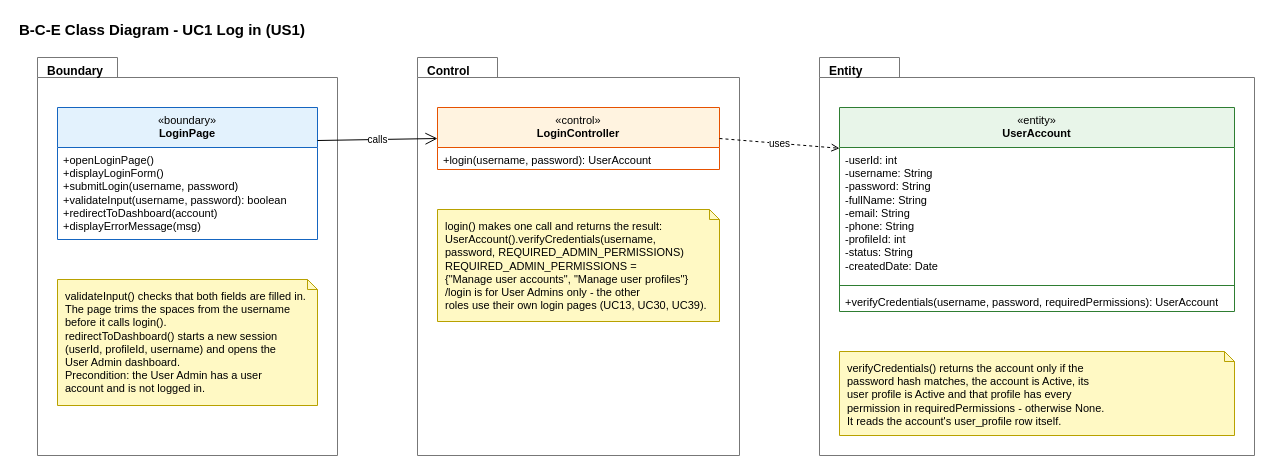
Before: page "5 BCE Class Diagram" (5 of 6) of Sprint_1/US1 - Log in/US1 Log in.drawio in Hanzxc/CSIT314-ARCHSS, a draw.io diagram. Source tidied: cells renumbered, new cells numbered last; positions are measured from the earlier drawing's top-left corner, leaving out a move shared by most shapes. Both pictures are drawn from the tidied source at 100%, with x=0, y=0 at pixel (17, 17).
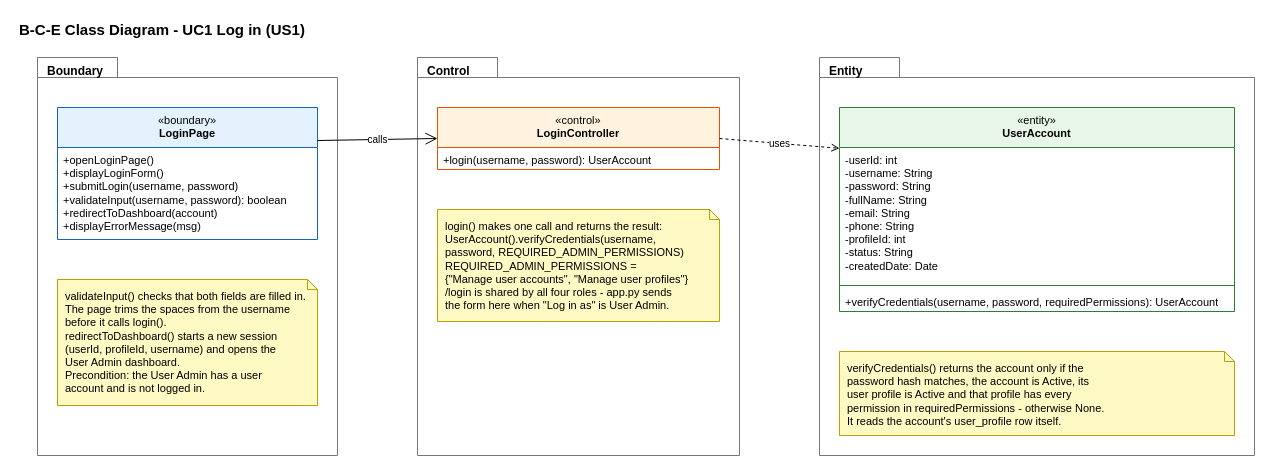
The same page after the edit.

Diff of the diagram source:
```diff
@@
 <mxGraphModel background="#FFFFFF">
   <root>
     <mxCell id="0" />
     <mxCell id="1" parent="0" />
     <mxCell id="2" value="&lt;b&gt;Boundary&lt;/b&gt;" style="shape=folder;tabWidth=80;tabHeight=20;tabPosition=left;html=1;verticalAlign=top;align=left;spacingLeft=8;spacingTop=0;fillColor=none;fontSize=12;strokeColor=#777777;fontColor=#000000;" parent="1" vertex="1">
       <mxGeometry x="20" y="40" width="300" height="398" as="geometry" />
     </mxCell>
     <mxCell id="3" value="&lt;b&gt;Control&lt;/b&gt;" style="shape=folder;tabWidth=80;tabHeight=20;tabPosition=left;html=1;verticalAlign=top;align=left;spacingLeft=8;spacingTop=0;fillColor=none;fontSize=12;strokeColor=#777777;fontColor=#000000;" parent="1" vertex="1">
       <mxGeometry x="400" y="40" width="322" height="398" as="geometry" />
     </mxCell>
     <mxCell id="4" value="&lt;b&gt;Entity&lt;/b&gt;" style="shape=folder;tabWidth=80;tabHeight=20;tabPosition=left;html=1;verticalAlign=top;align=left;spacingLeft=8;spacingTop=0;fillColor=none;fontSize=12;strokeColor=#777777;fontColor=#000000;" parent="1" vertex="1">
       <mxGeometry x="802" y="40" width="435" height="398" as="geometry" />
     </mxCell>
     <mxCell id="5" value="«boundary»&lt;br&gt;&lt;b&gt;LoginPage&lt;/b&gt;" style="swimlane;fontStyle=0;align=center;verticalAlign=top;horizontal=1;startSize=40;html=1;whiteSpace=wrap;fontSize=11;fillColor=#E3F2FD;strokeColor=#1565C0;swimlaneFillColor=#FFFFFF;fontColor=#000000;" parent="1" vertex="1">
       <mxGeometry x="40" y="90" width="260" height="132" as="geometry" />
     </mxCell>
     <mxCell id="6" value="+openLoginPage()&lt;br&gt;+displayLoginForm()&lt;br&gt;+submitLogin(username, password)&lt;br&gt;+validateInput(username, password): boolean&lt;br&gt;+redirectToDashboard(account)&lt;br&gt;+displayErrorMessage(msg)" style="text;strokeColor=none;fillColor=none;align=left;verticalAlign=top;spacingLeft=4;spacingRight=4;overflow=hidden;whiteSpace=nowrap;html=1;fontSize=11;fontColor=#000000;" parent="5" vertex="1">
       <mxGeometry y="40" width="260" height="92" as="geometry" />
     </mxCell>
     <mxCell id="7" value="«control»&lt;br&gt;&lt;b&gt;LoginController&lt;/b&gt;" style="swimlane;fontStyle=0;align=center;verticalAlign=top;horizontal=1;startSize=40;html=1;whiteSpace=wrap;fontSize=11;fillColor=#FFF3E0;strokeColor=#E65100;swimlaneFillColor=#FFFFFF;fontColor=#000000;" parent="1" vertex="1">
       <mxGeometry x="420" y="90" width="282" height="62" as="geometry" />
     </mxCell>
     <mxCell id="8" value="+login(username, password): UserAccount" style="text;strokeColor=none;fillColor=none;align=left;verticalAlign=top;spacingLeft=4;spacingRight=4;overflow=hidden;whiteSpace=nowrap;html=1;fontSize=11;fontColor=#000000;" parent="7" vertex="1">
       <mxGeometry y="40" width="282" height="22" as="geometry" />
     </mxCell>
     <mxCell id="9" value="«entity»&lt;br&gt;&lt;b&gt;UserAccount&lt;/b&gt;" style="swimlane;fontStyle=0;align=center;verticalAlign=top;horizontal=1;startSize=40;html=1;whiteSpace=wrap;fontSize=11;fillColor=#E8F5E9;strokeColor=#2E7D32;swimlaneFillColor=#FFFFFF;fontColor=#000000;" parent="1" vertex="1">
       <mxGeometry x="822" y="90" width="395" height="204" as="geometry" />
     </mxCell>
     <mxCell id="10" value="-userId: int&lt;br&gt;-username: String&lt;br&gt;-password: String&lt;br&gt;-fullName: String&lt;br&gt;-email: String&lt;br&gt;-phone: String&lt;br&gt;-profileId: int&lt;br&gt;-status: String&lt;br&gt;-createdDate: Date" style="text;strokeColor=none;fillColor=none;align=left;verticalAlign=top;spacingLeft=4;spacingRight=4;overflow=hidden;whiteSpace=nowrap;html=1;fontSize=11;fontColor=#000000;" parent="9" vertex="1">
       <mxGeometry y="40" width="395" height="134" as="geometry" />
     </mxCell>
     <mxCell id="11" style="line;strokeWidth=1;fillColor=none;align=left;verticalAlign=middle;spacingTop=-1;spacingLeft=3;spacingRight=3;labelPosition=right;strokeColor=#2E7D32;fontColor=#000000;" parent="9" vertex="1">
       <mxGeometry y="174" width="395" height="8" as="geometry" />
     </mxCell>
     <mxCell id="12" value="+verifyCredentials(username, password, requiredPermissions): UserAccount" style="text;strokeColor=none;fillColor=none;align=left;verticalAlign=top;spacingLeft=4;spacingRight=4;overflow=hidden;whiteSpace=nowrap;html=1;fontSize=11;fontColor=#000000;" parent="9" vertex="1">
       <mxGeometry y="182" width="395" height="22" as="geometry" />
     </mxCell>
     <mxCell id="13" value="validateInput() checks that both fields are filled in.&lt;br&gt;The page trims the spaces from the username&lt;br&gt;before it calls login().&lt;br&gt;redirectToDashboard() starts a new session&lt;br&gt;(userId, profileId, username) and opens the&lt;br&gt;User Admin dashboard.&lt;br&gt;Precondition: the User Admin has a user&lt;br&gt;account and is not logged in." style="shape=note;whiteSpace=wrap;html=1;size=10;fillColor=#FFF9C4;strokeColor=#B8A100;align=left;verticalAlign=top;spacingLeft=6;spacingRight=4;spacingTop=4;fontSize=11;fontColor=#000000;" parent="1" vertex="1">
       <mxGeometry x="40" y="262" width="260" height="126" as="geometry" />
     </mxCell>
-    <mxCell id="14" value="login() makes one call and returns the result:&lt;br&gt;UserAccount().verifyCredentials(username,&lt;br&gt;password, REQUIRED_ADMIN_PERMISSIONS)&lt;br&gt;REQUIRED_ADMIN_PERMISSIONS =&lt;br&gt;{&amp;quot;Manage user accounts&amp;quot;, &amp;quot;Manage user profiles&amp;quot;}&lt;br&gt;/login is for User Admins only - the other&lt;br&gt;roles use their own login pages (UC13, UC30, UC39)." style="shape=note;whiteSpace=wrap;html=1;size=10;fillColor=#FFF9C4;strokeColor=#B8A100;align=left;verticalAlign=top;spacingLeft=6;spacingRight=4;spacingTop=4;fontSize=11;fontColor=#000000;" parent="1" vertex="1">
+    <mxCell id="14" value="login() makes one call and returns the result:&lt;br&gt;UserAccount().verifyCredentials(username,&lt;br&gt;password, REQUIRED_ADMIN_PERMISSIONS)&lt;br&gt;REQUIRED_ADMIN_PERMISSIONS =&lt;br&gt;{&amp;quot;Manage user accounts&amp;quot;, &amp;quot;Manage user profiles&amp;quot;}&lt;br&gt;/login is shared by all four roles - app.py sends&lt;br&gt;the form here when &quot;Log in as&quot; is User Admin." style="shape=note;whiteSpace=wrap;html=1;size=10;fillColor=#FFF9C4;strokeColor=#B8A100;align=left;verticalAlign=top;spacingLeft=6;spacingRight=4;spacingTop=4;fontSize=11;fontColor=#000000;" parent="1" vertex="1">
       <mxGeometry x="420" y="192" width="282" height="112" as="geometry" />
     </mxCell>
     <mxCell id="15" value="verifyCredentials() returns the account only if the&lt;br&gt;password hash matches, the account is Active, its&lt;br&gt;user profile is Active and that profile has every&lt;br&gt;permission in requiredPermissions - otherwise None.&lt;br&gt;It reads the account&amp;#x27;s user_profile row itself." style="shape=note;whiteSpace=wrap;html=1;size=10;fillColor=#FFF9C4;strokeColor=#B8A100;align=left;verticalAlign=top;spacingLeft=6;spacingRight=4;spacingTop=4;fontSize=11;fontColor=#000000;" parent="1" vertex="1">
       <mxGeometry x="822" y="334" width="395" height="84" as="geometry" />
     </mxCell>
     <mxCell id="16" value="calls" style="endArrow=open;endFill=0;endSize=10;html=1;rounded=0;fontSize=10;fontColor=#000000;strokeColor=#000000;labelBackgroundColor=#FFFFFF;exitX=1;exitY=0.25;exitDx=0;exitDy=0;entryX=0;entryY=0.5;entryDx=0;entryDy=0;" parent="1" edge="1" source="5" target="7">
       <mxGeometry relative="1" as="geometry" />
     </mxCell>
     <mxCell id="17" value="uses" style="endArrow=open;endFill=0;dashed=1;html=1;rounded=0;fontSize=10;fontColor=#000000;strokeColor=#000000;labelBackgroundColor=#FFFFFF;exitX=1;exitY=0.5;exitDx=0;exitDy=0;entryX=0;entryY=0.2;entryDx=0;entryDy=0;" parent="1" edge="1" source="7" target="9">
       <mxGeometry relative="1" as="geometry" />
     </mxCell>
     <mxCell id="18" value="&lt;b&gt;B-C-E Class Diagram - UC1 Log in (US1)&lt;/b&gt;" style="text;html=1;strokeColor=none;fillColor=none;align=left;verticalAlign=middle;whiteSpace=nowrap;fontSize=15;fontColor=#000000;" parent="1" vertex="1">
       <mxGeometry width="294" height="24" as="geometry" />
     </mxCell>
   </root>
 </mxGraphModel>
```
